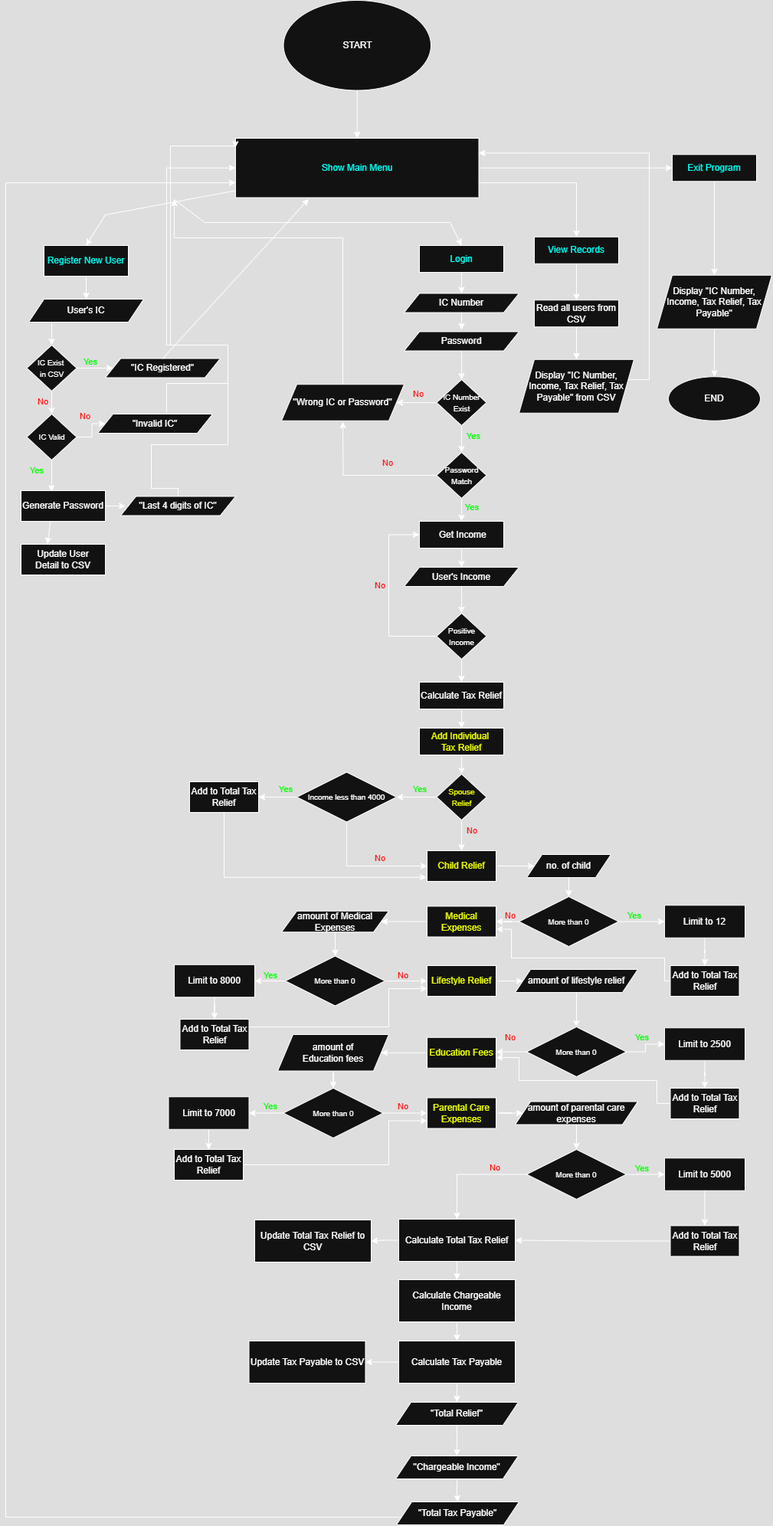
Above: IndPro_302233 FlowChart.drawio.png in LeeJiaHeng302233/Individual-Project (draw.io), before the change. Source tidied: cells renumbered, new cells last; positions are measured from the earlier drawing's top-left corner, leaving out a move shared by most shapes.
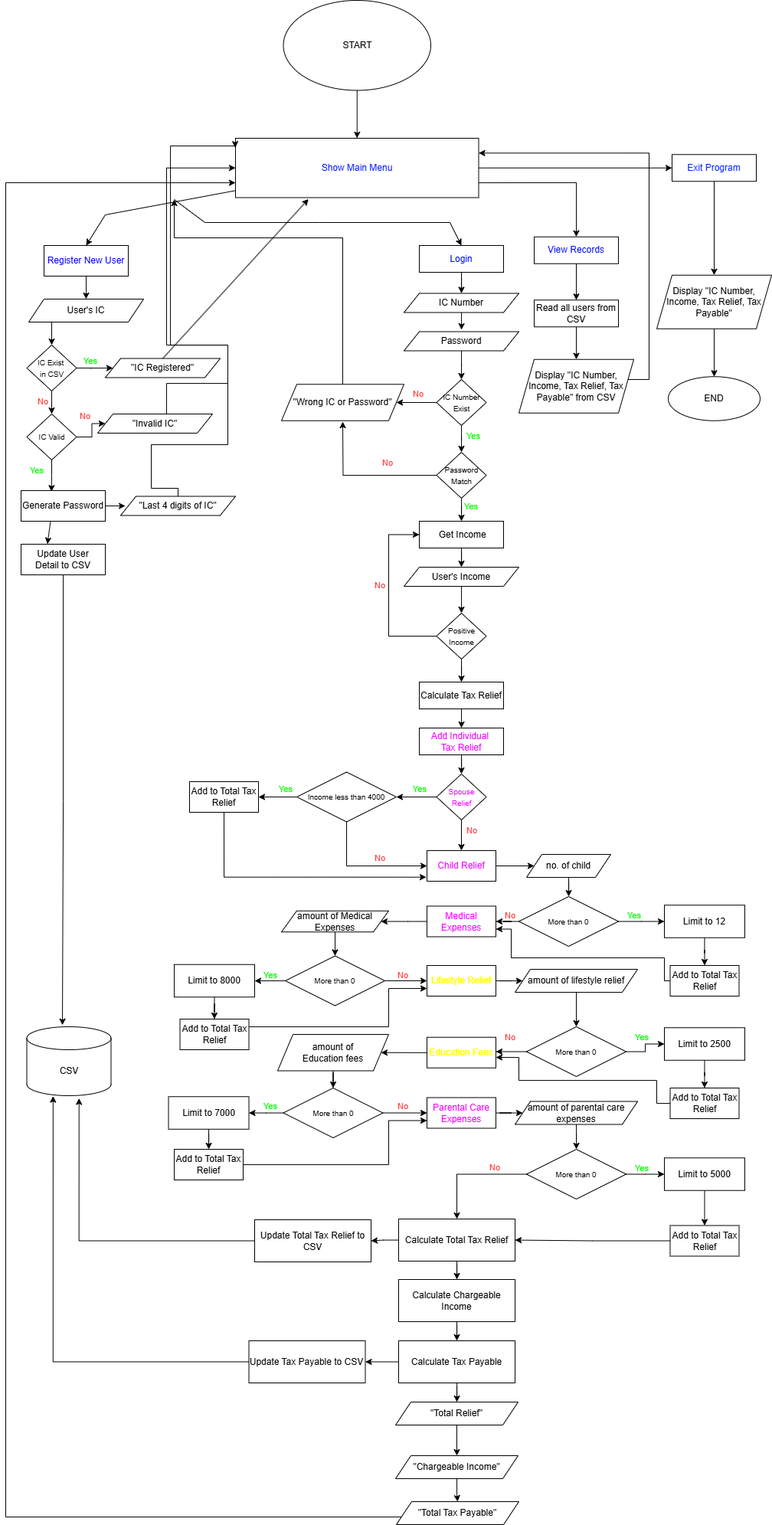
After the change.

Change to the diagram source:
```diff
@@ -16,6 +16,6 @@
     </mxCell>
-    <mxCell id="6" value="&lt;font style=&quot;color: light-dark(rgb(0, 0, 0), rgb(0, 255, 241));&quot;&gt;Show Main Menu&lt;/font&gt;" style="rounded=0;whiteSpace=wrap;html=1;" parent="1" vertex="1">
+    <mxCell id="6" value="&lt;font style=&quot;color: light-dark(rgb(7, 31, 255), rgb(0, 255, 241));&quot;&gt;Show Main Menu&lt;/font&gt;" style="rounded=0;whiteSpace=wrap;html=1;" parent="1" vertex="1">
       <mxGeometry x="300" y="180" width="317.5" height="77.5" as="geometry" />
     </mxCell>
-    <mxCell id="7" value="&lt;font style=&quot;color: light-dark(rgb(0, 0, 0), rgb(0, 255, 241));&quot;&gt;Register New User&lt;/font&gt;" style="rounded=0;whiteSpace=wrap;html=1;" parent="1" vertex="1">
+    <mxCell id="7" value="&lt;font style=&quot;background-color: light-dark(#ffffff, var(--ge-dark-color, #121212)); color: light-dark(rgb(7, 0, 255), rgb(0, 255, 241));&quot;&gt;Register New User&lt;/font&gt;" style="rounded=0;whiteSpace=wrap;html=1;" parent="1" vertex="1">
       <mxGeometry x="50" y="320" width="110" height="40" as="geometry" />
@@ -25,3 +25,3 @@
     </mxCell>
-    <mxCell id="9" value="&lt;font style=&quot;color: light-dark(rgb(0, 0, 0), rgb(0, 255, 241));&quot;&gt;Exit Program&lt;/font&gt;" style="rounded=0;whiteSpace=wrap;html=1;" parent="1" vertex="1">
+    <mxCell id="9" value="&lt;font style=&quot;color: light-dark(rgb(0, 35, 255), rgb(0, 255, 241));&quot;&gt;Exit Program&lt;/font&gt;" style="rounded=0;whiteSpace=wrap;html=1;" parent="1" vertex="1">
       <mxGeometry x="870" y="201.2" width="110" height="35" as="geometry" />
@@ -31,3 +31,3 @@
     </mxCell>
-    <mxCell id="11" value="&lt;font style=&quot;color: light-dark(rgb(0, 0, 0), rgb(0, 255, 241));&quot;&gt;Login&lt;/font&gt;" style="rounded=0;whiteSpace=wrap;html=1;" parent="1" vertex="1">
+    <mxCell id="11" value="&lt;font style=&quot;color: light-dark(rgb(0, 13, 255), rgb(0, 255, 241));&quot;&gt;Login&lt;/font&gt;" style="rounded=0;whiteSpace=wrap;html=1;" parent="1" vertex="1">
       <mxGeometry x="540" y="320" width="110" height="35" as="geometry" />
@@ -224,3 +224,3 @@
     </mxCell>
-    <mxCell id="58" value="&lt;font style=&quot;color: light-dark(rgb(0, 0, 0), rgb(236, 255, 0));&quot;&gt;Add Individual&amp;nbsp;&lt;/font&gt;&lt;div&gt;&lt;font style=&quot;color: light-dark(rgb(0, 0, 0), rgb(236, 255, 0));&quot;&gt;Tax Relief&lt;/font&gt;&lt;/div&gt;" style="rounded=0;whiteSpace=wrap;html=1;" parent="1" vertex="1">
+    <mxCell id="58" value="&lt;font style=&quot;color: light-dark(rgb(240, 0, 254), rgb(236, 255, 0));&quot;&gt;Add Individual&amp;nbsp;&lt;/font&gt;&lt;div&gt;&lt;font style=&quot;color: light-dark(rgb(240, 0, 254), rgb(236, 255, 0));&quot;&gt;Tax Relief&lt;/font&gt;&lt;/div&gt;" style="rounded=0;whiteSpace=wrap;html=1;" parent="1" vertex="1">
       <mxGeometry x="540" y="950" width="110" height="35" as="geometry" />
@@ -233,3 +233,3 @@
     </mxCell>
-    <mxCell id="61" value="&lt;span style=&quot;font-size: 10px;&quot;&gt;&lt;font style=&quot;color: light-dark(rgb(0, 0, 0), rgb(236, 255, 0));&quot;&gt;Spouse&lt;/font&gt;&lt;/span&gt;&lt;div&gt;&lt;span style=&quot;font-size: 10px;&quot;&gt;&lt;font style=&quot;color: light-dark(rgb(0, 0, 0), rgb(236, 255, 0));&quot;&gt;Relief&lt;/font&gt;&lt;/span&gt;&lt;/div&gt;" style="rhombus;whiteSpace=wrap;html=1;" parent="1" vertex="1">
+    <mxCell id="61" value="&lt;span style=&quot;font-size: 10px;&quot;&gt;&lt;font style=&quot;&quot;&gt;Spouse&lt;/font&gt;&lt;/span&gt;&lt;div&gt;&lt;span style=&quot;font-size: 10px;&quot;&gt;&lt;font style=&quot;&quot;&gt;Relief&lt;/font&gt;&lt;/span&gt;&lt;/div&gt;" style="rhombus;whiteSpace=wrap;html=1;fontColor=light-dark(#F000FE,#E2FF00);" parent="1" vertex="1">
       <mxGeometry x="562.5" y="1010" width="65" height="60" as="geometry" />
@@ -255,3 +255,3 @@
     </mxCell>
-    <mxCell id="67" value="&lt;font style=&quot;color: light-dark(rgb(0, 0, 0), rgb(236, 255, 0));&quot;&gt;Child Relief&lt;/font&gt;" style="whiteSpace=wrap;html=1;" parent="1" vertex="1">
+    <mxCell id="67" value="&lt;font style=&quot;color: light-dark(rgb(240, 0, 254), rgb(236, 255, 0));&quot;&gt;Child Relief&lt;/font&gt;" style="whiteSpace=wrap;html=1;" parent="1" vertex="1">
       <mxGeometry x="550" y="1110" width="90" height="40" as="geometry" />
@@ -304,3 +304,3 @@
     </mxCell>
-    <mxCell id="81" value="&lt;font style=&quot;color: light-dark(rgb(255, 255, 102), rgb(236, 255, 0));&quot;&gt;Medical Expenses&lt;/font&gt;" style="whiteSpace=wrap;html=1;" parent="1" vertex="1">
+    <mxCell id="81" value="&lt;font style=&quot;color: light-dark(rgb(240, 0, 254), rgb(236, 255, 0));&quot;&gt;Medical Expenses&lt;/font&gt;" style="whiteSpace=wrap;html=1;" parent="1" vertex="1">
       <mxGeometry x="550" y="1182.5" width="90" height="40" as="geometry" />
@@ -380,3 +380,3 @@
     </mxCell>
-    <mxCell id="103" value="&lt;font style=&quot;color: light-dark(rgb(255, 255, 0), rgb(236, 255, 0));&quot;&gt;Education Fees&lt;/font&gt;" style="whiteSpace=wrap;html=1;" parent="1" vertex="1">
+    <mxCell id="103" value="&lt;font style=&quot;color: light-dark(rgb(255, 255, 0), rgb(236, 255, 0)); background-color: light-dark(#ffffff, var(--ge-dark-color, #121212));&quot;&gt;Education Fees&lt;/font&gt;" style="whiteSpace=wrap;html=1;" parent="1" vertex="1">
       <mxGeometry x="550" y="1353.8" width="90" height="40" as="geometry" />
@@ -417,3 +417,3 @@
     </mxCell>
-    <mxCell id="113" value="&lt;font style=&quot;color: light-dark(rgb(254, 254, 0), rgb(236, 255, 0));&quot;&gt;Parental Care Expenses&lt;/font&gt;" style="whiteSpace=wrap;html=1;" parent="1" vertex="1">
+    <mxCell id="113" value="&lt;font style=&quot;color: light-dark(rgb(240, 0, 254), rgb(236, 255, 0));&quot;&gt;Parental Care Expenses&lt;/font&gt;" style="whiteSpace=wrap;html=1;" parent="1" vertex="1">
       <mxGeometry x="550" y="1432.5" width="90" height="40" as="geometry" />
@@ -508,3 +508,3 @@
     </mxCell>
-    <mxCell id="140" value="&lt;font style=&quot;background-color: light-dark(#ffffff, var(--ge-dark-color, #121212)); color: light-dark(rgb(0, 0, 0), rgb(0, 255, 241));&quot;&gt;View Records&lt;/font&gt;" style="rounded=0;whiteSpace=wrap;html=1;" parent="1" vertex="1">
+    <mxCell id="140" value="&lt;font style=&quot;background-color: light-dark(#ffffff, var(--ge-dark-color, #121212)); color: light-dark(rgb(1, 15, 255), rgb(0, 255, 241));&quot;&gt;View Records&lt;/font&gt;" style="rounded=0;whiteSpace=wrap;html=1;" parent="1" vertex="1">
       <mxGeometry x="690" y="308.8" width="110" height="35" as="geometry" />
@@ -555,33 +555,33 @@
     </mxCell>
-    <mxCell id="154" value="&lt;div style=&quot;text-align: center;&quot;&gt;&lt;span style=&quot;background-color: transparent; font-size: 11px; text-wrap-mode: nowrap;&quot;&gt;&lt;font style=&quot;color: light-dark(rgb(255, 0, 0), rgb(3, 255, 0));&quot;&gt;Yes&lt;/font&gt;&lt;/span&gt;&lt;/div&gt;" style="text;whiteSpace=wrap;html=1;" parent="1" vertex="1">
+    <mxCell id="154" value="&lt;div style=&quot;text-align: center;&quot;&gt;&lt;span style=&quot;background-color: transparent; font-size: 11px; text-wrap-mode: nowrap;&quot;&gt;&lt;font style=&quot;color: light-dark(rgb(3, 255, 0), rgb(3, 255, 0));&quot;&gt;Yes&lt;/font&gt;&lt;/span&gt;&lt;/div&gt;" style="text;whiteSpace=wrap;html=1;" parent="1" vertex="1">
       <mxGeometry x="100" y="457.5" width="20" height="20" as="geometry" />
     </mxCell>
-    <mxCell id="155" value="&lt;div style=&quot;text-align: center;&quot;&gt;&lt;span style=&quot;background-color: transparent; font-size: 11px; text-wrap-mode: nowrap;&quot;&gt;&lt;font style=&quot;color: light-dark(rgb(255, 0, 0), rgb(3, 255, 0));&quot;&gt;Yes&lt;/font&gt;&lt;/span&gt;&lt;/div&gt;" style="text;whiteSpace=wrap;html=1;" parent="1" vertex="1">
+    <mxCell id="155" value="&lt;div style=&quot;text-align: center;&quot;&gt;&lt;span style=&quot;background-color: transparent; font-size: 11px; text-wrap-mode: nowrap;&quot;&gt;&lt;font style=&quot;color: light-dark(rgb(3, 255, 0), rgb(3, 255, 0));&quot;&gt;Yes&lt;/font&gt;&lt;/span&gt;&lt;/div&gt;" style="text;whiteSpace=wrap;html=1;" parent="1" vertex="1">
       <mxGeometry x="30" y="600" width="20" height="20" as="geometry" />
     </mxCell>
-    <mxCell id="156" value="&lt;div style=&quot;text-align: center;&quot;&gt;&lt;span style=&quot;background-color: transparent; font-size: 11px; text-wrap-mode: nowrap;&quot;&gt;&lt;font style=&quot;color: light-dark(rgb(255, 0, 0), rgb(3, 255, 0));&quot;&gt;Yes&lt;/font&gt;&lt;/span&gt;&lt;/div&gt;" style="text;whiteSpace=wrap;html=1;" parent="1" vertex="1">
+    <mxCell id="156" value="&lt;div style=&quot;text-align: center;&quot;&gt;&lt;span style=&quot;background-color: transparent; font-size: 11px; text-wrap-mode: nowrap;&quot;&gt;&lt;font style=&quot;color: light-dark(rgb(3, 255, 0), rgb(3, 255, 0));&quot;&gt;Yes&lt;/font&gt;&lt;/span&gt;&lt;/div&gt;" style="text;whiteSpace=wrap;html=1;" parent="1" vertex="1">
       <mxGeometry x="600" y="555" width="20" height="20" as="geometry" />
     </mxCell>
-    <mxCell id="157" value="&lt;div style=&quot;text-align: center;&quot;&gt;&lt;span style=&quot;background-color: transparent; font-size: 11px; text-wrap-mode: nowrap;&quot;&gt;&lt;font style=&quot;color: light-dark(rgb(255, 0, 0), rgb(3, 255, 0));&quot;&gt;Yes&lt;/font&gt;&lt;/span&gt;&lt;/div&gt;" style="text;whiteSpace=wrap;html=1;" parent="1" vertex="1">
+    <mxCell id="157" value="&lt;div style=&quot;text-align: center;&quot;&gt;&lt;span style=&quot;background-color: transparent; font-size: 11px; text-wrap-mode: nowrap;&quot;&gt;&lt;font style=&quot;color: light-dark(rgb(3, 255, 0), rgb(3, 255, 0));&quot;&gt;Yes&lt;/font&gt;&lt;/span&gt;&lt;/div&gt;" style="text;whiteSpace=wrap;html=1;" parent="1" vertex="1">
       <mxGeometry x="597.5" y="647.5" width="20" height="20" as="geometry" />
     </mxCell>
-    <mxCell id="158" value="&lt;div style=&quot;text-align: center;&quot;&gt;&lt;span style=&quot;background-color: transparent; font-size: 11px; text-wrap-mode: nowrap;&quot;&gt;&lt;font style=&quot;color: light-dark(rgb(255, 0, 0), rgb(3, 255, 0));&quot;&gt;Yes&lt;/font&gt;&lt;/span&gt;&lt;/div&gt;" style="text;whiteSpace=wrap;html=1;" parent="1" vertex="1">
+    <mxCell id="158" value="&lt;div style=&quot;text-align: center;&quot;&gt;&lt;span style=&quot;background-color: transparent; font-size: 11px; text-wrap-mode: nowrap;&quot;&gt;&lt;font style=&quot;color: light-dark(rgb(3, 255, 0), rgb(3, 255, 0));&quot;&gt;Yes&lt;/font&gt;&lt;/span&gt;&lt;/div&gt;" style="text;whiteSpace=wrap;html=1;" parent="1" vertex="1">
       <mxGeometry x="355" y="1016" width="20" height="20" as="geometry" />
     </mxCell>
-    <mxCell id="159" value="&lt;div style=&quot;text-align: center;&quot;&gt;&lt;span style=&quot;background-color: transparent; font-size: 11px; text-wrap-mode: nowrap;&quot;&gt;&lt;font style=&quot;color: light-dark(rgb(255, 0, 0), rgb(3, 255, 0));&quot;&gt;Yes&lt;/font&gt;&lt;/span&gt;&lt;/div&gt;" style="text;whiteSpace=wrap;html=1;" parent="1" vertex="1">
+    <mxCell id="159" value="&lt;div style=&quot;text-align: center;&quot;&gt;&lt;span style=&quot;background-color: transparent; font-size: 11px; text-wrap-mode: nowrap;&quot;&gt;&lt;font style=&quot;color: light-dark(rgb(3, 255, 0), rgb(3, 255, 0));&quot;&gt;Yes&lt;/font&gt;&lt;/span&gt;&lt;/div&gt;" style="text;whiteSpace=wrap;html=1;" parent="1" vertex="1">
       <mxGeometry x="530" y="1016" width="20" height="20" as="geometry" />
     </mxCell>
-    <mxCell id="160" value="&lt;div style=&quot;text-align: center;&quot;&gt;&lt;span style=&quot;background-color: transparent; font-size: 11px; text-wrap-mode: nowrap;&quot;&gt;&lt;font style=&quot;color: light-dark(rgb(255, 0, 0), rgb(3, 255, 0));&quot;&gt;Yes&lt;/font&gt;&lt;/span&gt;&lt;/div&gt;" style="text;whiteSpace=wrap;html=1;" parent="1" vertex="1">
+    <mxCell id="160" value="&lt;div style=&quot;text-align: center;&quot;&gt;&lt;span style=&quot;background-color: transparent; font-size: 11px; text-wrap-mode: nowrap;&quot;&gt;&lt;font style=&quot;color: light-dark(rgb(3, 255, 0), rgb(3, 255, 0));&quot;&gt;Yes&lt;/font&gt;&lt;/span&gt;&lt;/div&gt;" style="text;whiteSpace=wrap;html=1;" parent="1" vertex="1">
       <mxGeometry x="810" y="1181.2" width="20" height="20" as="geometry" />
     </mxCell>
-    <mxCell id="161" value="&lt;div style=&quot;text-align: center;&quot;&gt;&lt;span style=&quot;background-color: transparent; font-size: 11px; text-wrap-mode: nowrap;&quot;&gt;&lt;font style=&quot;color: light-dark(rgb(255, 0, 0), rgb(3, 255, 0));&quot;&gt;Yes&lt;/font&gt;&lt;/span&gt;&lt;/div&gt;" style="text;whiteSpace=wrap;html=1;" parent="1" vertex="1">
+    <mxCell id="161" value="&lt;div style=&quot;text-align: center;&quot;&gt;&lt;span style=&quot;background-color: transparent; font-size: 11px; text-wrap-mode: nowrap;&quot;&gt;&lt;font style=&quot;color: light-dark(rgb(3, 255, 0), rgb(3, 255, 0));&quot;&gt;Yes&lt;/font&gt;&lt;/span&gt;&lt;/div&gt;" style="text;whiteSpace=wrap;html=1;" parent="1" vertex="1">
       <mxGeometry x="335" y="1258.8" width="20" height="20" as="geometry" />
     </mxCell>
-    <mxCell id="162" value="&lt;div style=&quot;text-align: center;&quot;&gt;&lt;span style=&quot;background-color: transparent; font-size: 11px; text-wrap-mode: nowrap;&quot;&gt;&lt;font style=&quot;color: light-dark(rgb(255, 0, 0), rgb(3, 255, 0));&quot;&gt;Yes&lt;/font&gt;&lt;/span&gt;&lt;/div&gt;" style="text;whiteSpace=wrap;html=1;" parent="1" vertex="1">
+    <mxCell id="162" value="&lt;div style=&quot;text-align: center;&quot;&gt;&lt;span style=&quot;background-color: transparent; font-size: 11px; text-wrap-mode: nowrap;&quot;&gt;&lt;font style=&quot;color: light-dark(rgb(3, 255, 0), rgb(3, 255, 0));&quot;&gt;Yes&lt;/font&gt;&lt;/span&gt;&lt;/div&gt;" style="text;whiteSpace=wrap;html=1;" parent="1" vertex="1">
       <mxGeometry x="335" y="1430" width="20" height="20" as="geometry" />
     </mxCell>
-    <mxCell id="163" value="&lt;div style=&quot;text-align: center;&quot;&gt;&lt;span style=&quot;background-color: transparent; font-size: 11px; text-wrap-mode: nowrap;&quot;&gt;&lt;font style=&quot;color: light-dark(rgb(255, 0, 0), rgb(3, 255, 0));&quot;&gt;Yes&lt;/font&gt;&lt;/span&gt;&lt;/div&gt;" style="text;whiteSpace=wrap;html=1;" parent="1" vertex="1">
+    <mxCell id="163" value="&lt;div style=&quot;text-align: center;&quot;&gt;&lt;span style=&quot;background-color: transparent; font-size: 11px; text-wrap-mode: nowrap;&quot;&gt;&lt;font style=&quot;color: light-dark(rgb(3, 255, 0), rgb(3, 255, 0));&quot;&gt;Yes&lt;/font&gt;&lt;/span&gt;&lt;/div&gt;" style="text;whiteSpace=wrap;html=1;" parent="1" vertex="1">
       <mxGeometry x="820" y="1340" width="20" height="20" as="geometry" />
     </mxCell>
-    <mxCell id="164" value="&lt;div style=&quot;text-align: center;&quot;&gt;&lt;span style=&quot;background-color: transparent; font-size: 11px; text-wrap-mode: nowrap;&quot;&gt;&lt;font style=&quot;color: light-dark(rgb(255, 0, 0), rgb(3, 255, 0));&quot;&gt;Yes&lt;/font&gt;&lt;/span&gt;&lt;/div&gt;" style="text;whiteSpace=wrap;html=1;" parent="1" vertex="1">
+    <mxCell id="164" value="&lt;div style=&quot;text-align: center;&quot;&gt;&lt;span style=&quot;background-color: transparent; font-size: 11px; text-wrap-mode: nowrap;&quot;&gt;&lt;font style=&quot;color: light-dark(rgb(3, 255, 0), rgb(3, 255, 0));&quot;&gt;Yes&lt;/font&gt;&lt;/span&gt;&lt;/div&gt;" style="text;whiteSpace=wrap;html=1;" parent="1" vertex="1">
       <mxGeometry x="820" y="1511.2" width="20" height="20" as="geometry" />
@@ -594,2 +594,14 @@
     </mxCell>
+    <mxCell id="167" value="CSV" style="shape=cylinder3;whiteSpace=wrap;html=1;boundedLbl=1;backgroundOutline=1;size=15;" parent="1" vertex="1">
+      <mxGeometry x="27.5" y="1340" width="110" height="90" as="geometry" />
+    </mxCell>
+    <mxCell id="168" style="edgeStyle=orthogonalEdgeStyle;rounded=0;jettySize=auto;html=1;entryX=0.423;entryY=-0.024;entryDx=0;entryDy=0;entryPerimeter=0;" parent="1" edge="1" source="28" target="167">
+      <mxGeometry relative="1" as="geometry" />
+    </mxCell>
+    <mxCell id="169" style="edgeStyle=orthogonalEdgeStyle;rounded=0;jettySize=auto;html=1;entryX=0.312;entryY=1.006;entryDx=0;entryDy=0;entryPerimeter=0;" parent="1" edge="1" source="136" target="167">
+      <mxGeometry relative="1" as="geometry" />
+    </mxCell>
+    <mxCell id="170" style="edgeStyle=orthogonalEdgeStyle;rounded=0;jettySize=auto;html=1;entryX=0.62;entryY=1.038;entryDx=0;entryDy=0;entryPerimeter=0;" parent="1" edge="1" source="132" target="167">
+      <mxGeometry relative="1" as="geometry" />
+    </mxCell>
   </root>
```
